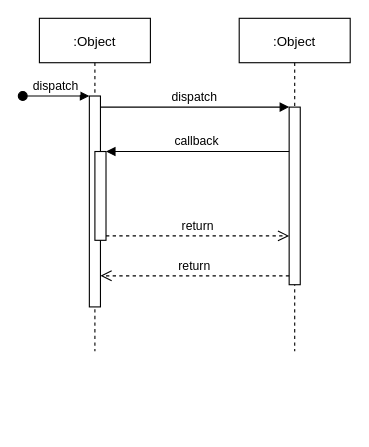
gallop/mydocument keeps this draw.io diagram as 未命名绘图.drawio. Above is the earlier version. Source tidied: cells renumbered, new cells numbered last; positions are measured from the earlier drawing's top-left corner, leaving out a move shared by most shapes. Both pictures are drawn from the tidied source at 111%, with x=0, y=0 at pixel (22, 18).
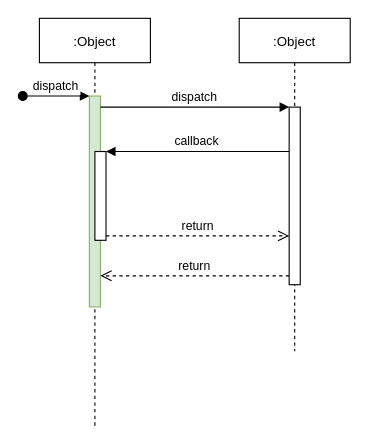
The same page after the edit.

What changed in the source:
```diff
@@
 <mxGraphModel>
   <root>
     <mxCell id="0" />
     <mxCell id="1" parent="0" />
     <mxCell id="2" value=":Object" style="shape=umlLifeline;perimeter=lifelinePerimeter;rounded=0;shadow=0;strokeWidth=1;" parent="1" vertex="1">
-      <mxGeometry x="15" width="100" height="300" as="geometry" />
+      <mxGeometry x="15" width="100" height="370" as="geometry" />
     </mxCell>
-    <mxCell id="3" style="points=[];perimeter=orthogonalPerimeter;rounded=0;shadow=0;strokeWidth=1;" parent="2" vertex="1">
+    <mxCell id="3" style="points=[];perimeter=orthogonalPerimeter;rounded=0;shadow=0;strokeWidth=1;fillColor=#d5e8d4;strokeColor=#82b366;" parent="2" vertex="1">
       <mxGeometry x="45" y="70" width="10" height="190" as="geometry" />
     </mxCell>
     <mxCell id="4" value="dispatch" style="verticalAlign=bottom;startArrow=oval;endArrow=block;startSize=8;shadow=0;strokeWidth=1;" parent="2" edge="1" target="3">
       <mxGeometry relative="1" as="geometry">
         <mxPoint x="-15" y="70" as="sourcePoint" />
       </mxGeometry>
     </mxCell>
     <mxCell id="5" style="points=[];perimeter=orthogonalPerimeter;rounded=0;shadow=0;strokeWidth=1;" parent="2" vertex="1">
       <mxGeometry x="50" y="120" width="10" height="80" as="geometry" />
     </mxCell>
     <mxCell id="6" value=":Object" style="shape=umlLifeline;perimeter=lifelinePerimeter;rounded=0;shadow=0;strokeWidth=1;" parent="1" vertex="1">
       <mxGeometry x="195" width="100" height="300" as="geometry" />
     </mxCell>
     <mxCell id="7" style="points=[];perimeter=orthogonalPerimeter;rounded=0;shadow=0;strokeWidth=1;" parent="6" vertex="1">
       <mxGeometry x="45" y="80" width="10" height="160" as="geometry" />
     </mxCell>
     <mxCell id="8" value="return" style="verticalAlign=bottom;endArrow=open;dashed=1;endSize=8;exitX=0;exitY=0.95;shadow=0;strokeWidth=1;" parent="1" edge="1" source="7" target="3">
       <mxGeometry relative="1" as="geometry" />
     </mxCell>
     <mxCell id="9" value="dispatch" style="verticalAlign=bottom;endArrow=block;entryX=0;entryY=0;shadow=0;strokeWidth=1;" parent="1" edge="1" source="3" target="7">
       <mxGeometry relative="1" as="geometry" />
     </mxCell>
     <mxCell id="10" value="callback" style="verticalAlign=bottom;endArrow=block;entryX=1;entryY=0;shadow=0;strokeWidth=1;" parent="1" edge="1" source="7" target="5">
       <mxGeometry relative="1" as="geometry" />
     </mxCell>
     <mxCell id="11" value="return" style="verticalAlign=bottom;endArrow=open;dashed=1;endSize=8;exitX=1;exitY=0.95;shadow=0;strokeWidth=1;" parent="1" edge="1" source="5" target="7">
       <mxGeometry relative="1" as="geometry" />
     </mxCell>
   </root>
 </mxGraphModel>
```
